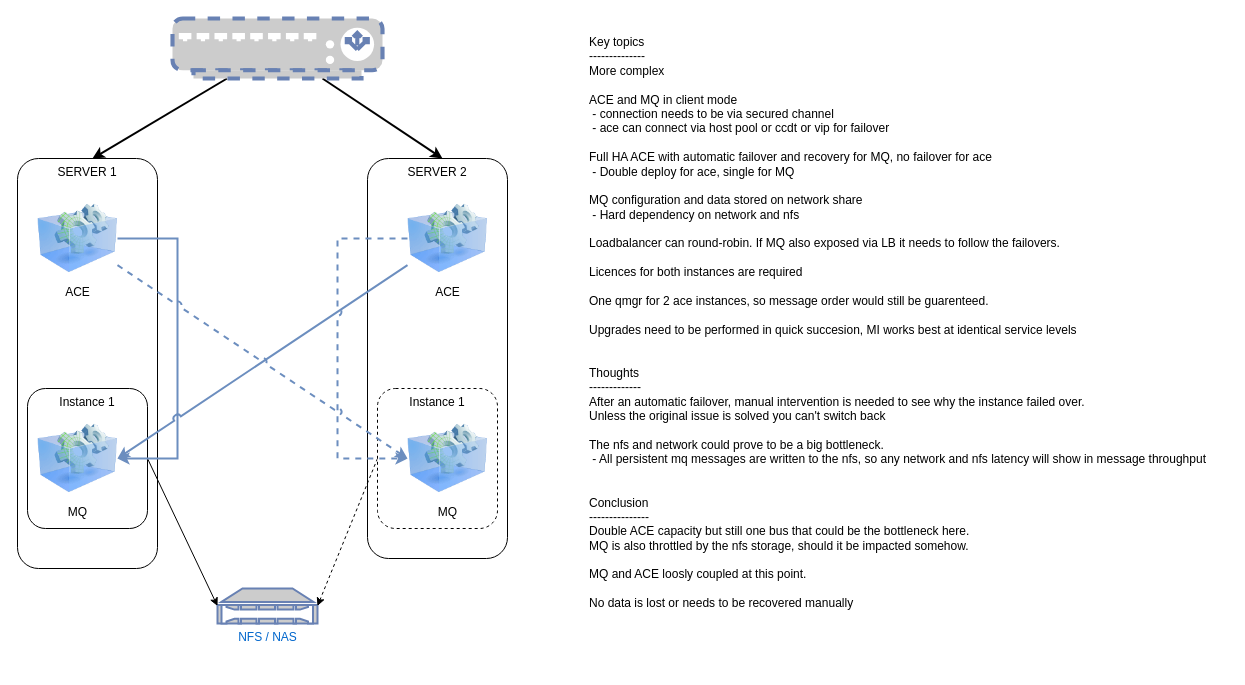
Above: page "DA ACE & MI MQ" (3 of 10) of Designs/ACE/HighAvailabilityScenarios.drawio in matthiasblomme/MixedTools (draw.io), before the change. Source tidied: cells renumbered, new cells numbered last; positions are measured from the earlier drawing's top-left corner, leaving out a move shared by most shapes. Both pictures are drawn from the tidied source at 100%, with x=0, y=0 at pixel (17, 18).
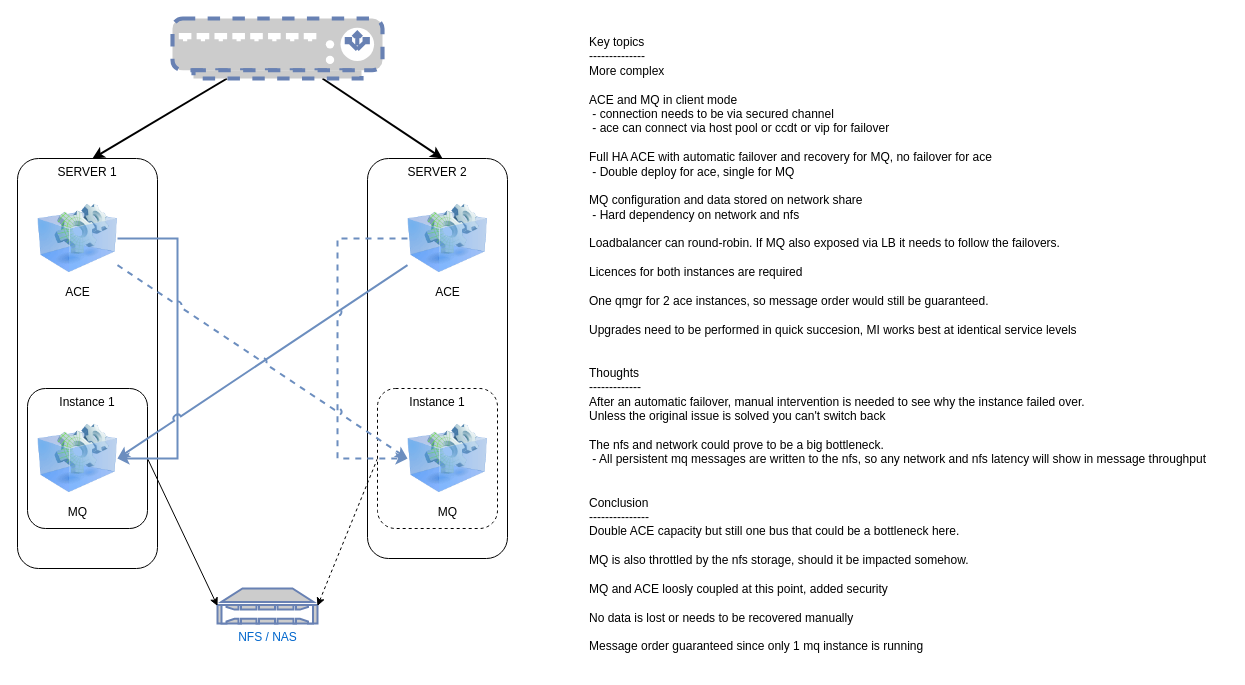
After the change.

The edit, as a diff of the source:
```diff
@@
-    <mxCell id="17" value="Key topics&lt;br style=&quot;border-color: var(--border-color);&quot;&gt;--------------&lt;br&gt;More complex&lt;br&gt;&lt;br&gt;ACE and MQ in client mode&lt;br&gt;&lt;span style=&quot;&quot;&gt;&lt;/span&gt;&lt;span style=&quot;&quot;&gt;&lt;/span&gt;&lt;span style=&quot;&quot;&gt;&lt;/span&gt;&lt;span style=&quot;&quot;&gt;&lt;/span&gt;&amp;nbsp;- connection needs to be via secured channel&lt;br&gt;&amp;nbsp;- ace can connect via host pool or ccdt or vip for failover&lt;br&gt;&lt;br&gt;Full HA ACE with automatic failover and recovery for MQ, no failover for ace&lt;br&gt;&amp;nbsp;- Double deploy for ace, single for MQ&lt;br&gt;&lt;span style=&quot;&quot;&gt;&#9;&lt;/span&gt;&lt;br&gt;MQ configuration and data stored on network share&lt;br style=&quot;border-color: var(--border-color);&quot;&gt;&lt;span style=&quot;border-color: var(--border-color);&quot;&gt;&lt;/span&gt;&lt;span style=&quot;&quot;&gt;&lt;/span&gt;&lt;span style=&quot;&quot;&gt;&lt;/span&gt;&lt;span style=&quot;&quot;&gt;&lt;/span&gt;&amp;nbsp;- Hard dependency on network and nfs&lt;br&gt;&lt;br&gt;Loadbalancer can round-robin. If MQ also exposed via LB it needs to follow the failovers.&lt;br&gt;&lt;br&gt;Licences for both instances are required&lt;br&gt;&lt;br&gt;One qmgr for 2 ace instances, so message order would still be guarenteed.&lt;br&gt;&lt;br&gt;Upgrades need to be performed in quick succesion, MI works best at identical service levels&lt;br&gt;&lt;br&gt;&lt;br&gt;Thoughts&lt;br style=&quot;border-color: var(--border-color);&quot;&gt;-------------&lt;br style=&quot;border-color: var(--border-color);&quot;&gt;After an automatic failover, manual intervention is needed to see why the instance failed over.&lt;br style=&quot;border-color: var(--border-color);&quot;&gt;Unless the original issue is solved you can't switch back&lt;br style=&quot;border-color: var(--border-color);&quot;&gt;&lt;br style=&quot;border-color: var(--border-color);&quot;&gt;The nfs and network could prove to be a big bottleneck.&lt;br style=&quot;border-color: var(--border-color);&quot;&gt;&amp;nbsp;- All persistent mq messages are written to the nfs, so any network and nfs latency will show in message throughput&lt;br&gt;&lt;br&gt;&lt;br&gt;Conclusion&lt;br&gt;---------------&lt;br&gt;Double ACE capacity but still one bus that could be the bottleneck here. &lt;br&gt;MQ is also throttled by the nfs storage, should it be impacted somehow.&lt;br&gt;&lt;br&gt;MQ and ACE loosly coupled at this point.&lt;br&gt;&lt;br style=&quot;border-color: var(--border-color);&quot;&gt;No data is lost or needs to be recovered manually" style="text;html=1;strokeColor=none;fillColor=none;align=left;verticalAlign=top;whiteSpace=wrap;rounded=0;dashed=1;" parent="1" vertex="1">
+    <mxCell id="17" value="Key topics&lt;br style=&quot;border-color: var(--border-color);&quot;&gt;--------------&lt;br&gt;More complex&lt;br&gt;&lt;br&gt;ACE and MQ in client mode&lt;br&gt;&lt;span style=&quot;&quot;&gt;&lt;/span&gt;&lt;span style=&quot;&quot;&gt;&lt;/span&gt;&lt;span style=&quot;&quot;&gt;&lt;/span&gt;&lt;span style=&quot;&quot;&gt;&lt;/span&gt;&amp;nbsp;- connection needs to be via secured channel&lt;br&gt;&amp;nbsp;- ace can connect via host pool or ccdt or vip for failover&lt;br&gt;&lt;br&gt;Full HA ACE with automatic failover and recovery for MQ, no failover for ace&lt;br&gt;&amp;nbsp;- Double deploy for ace, single for MQ&lt;br&gt;&lt;span style=&quot;&quot;&gt; &lt;/span&gt;&lt;br&gt;MQ configuration and data stored on network share&lt;br style=&quot;border-color: var(--border-color);&quot;&gt;&lt;span style=&quot;border-color: var(--border-color);&quot;&gt;&lt;/span&gt;&lt;span style=&quot;&quot;&gt;&lt;/span&gt;&lt;span style=&quot;&quot;&gt;&lt;/span&gt;&lt;span style=&quot;&quot;&gt;&lt;/span&gt;&amp;nbsp;- Hard dependency on network and nfs&lt;br&gt;&lt;br&gt;Loadbalancer can round-robin. If MQ also exposed via LB it needs to follow the failovers.&lt;br&gt;&lt;br&gt;Licences for both instances are required&lt;br&gt;&lt;br&gt;One qmgr for 2 ace instances, so message order would still be guaranteed.&lt;br&gt;&lt;br&gt;Upgrades need to be performed in quick succesion, MI works best at identical service levels&lt;br&gt;&lt;br&gt;&lt;br&gt;Thoughts&lt;br style=&quot;border-color: var(--border-color);&quot;&gt;-------------&lt;br style=&quot;border-color: var(--border-color);&quot;&gt;After an automatic failover, manual intervention is needed to see why the instance failed over.&lt;br style=&quot;border-color: var(--border-color);&quot;&gt;Unless the original issue is solved you can't switch back&lt;br style=&quot;border-color: var(--border-color);&quot;&gt;&lt;br style=&quot;border-color: var(--border-color);&quot;&gt;The nfs and network could prove to be a big bottleneck.&lt;br style=&quot;border-color: var(--border-color);&quot;&gt;&amp;nbsp;- All persistent mq messages are written to the nfs, so any network and nfs latency will show in message throughput&lt;br&gt;&lt;br&gt;&lt;br&gt;Conclusion&lt;br&gt;---------------&lt;br&gt;Double ACE capacity but still one bus that could be a bottleneck here. &lt;br&gt;&lt;br&gt;MQ is also throttled by the nfs storage, should it be impacted somehow.&lt;br&gt;&lt;br&gt;MQ and ACE loosly coupled at this point, added security&lt;br&gt;&lt;br style=&quot;border-color: var(--border-color);&quot;&gt;No data is lost or needs to be recovered manually&lt;br&gt;&lt;br&gt;Message order guaranteed since only 1 mq instance is running" style="text;html=1;strokeColor=none;fillColor=none;align=left;verticalAlign=top;whiteSpace=wrap;rounded=0;dashed=1;" parent="1" vertex="1">
       <mxGeometry x="570" y="10" width="640" height="640" as="geometry" />
     </mxCell>
```
